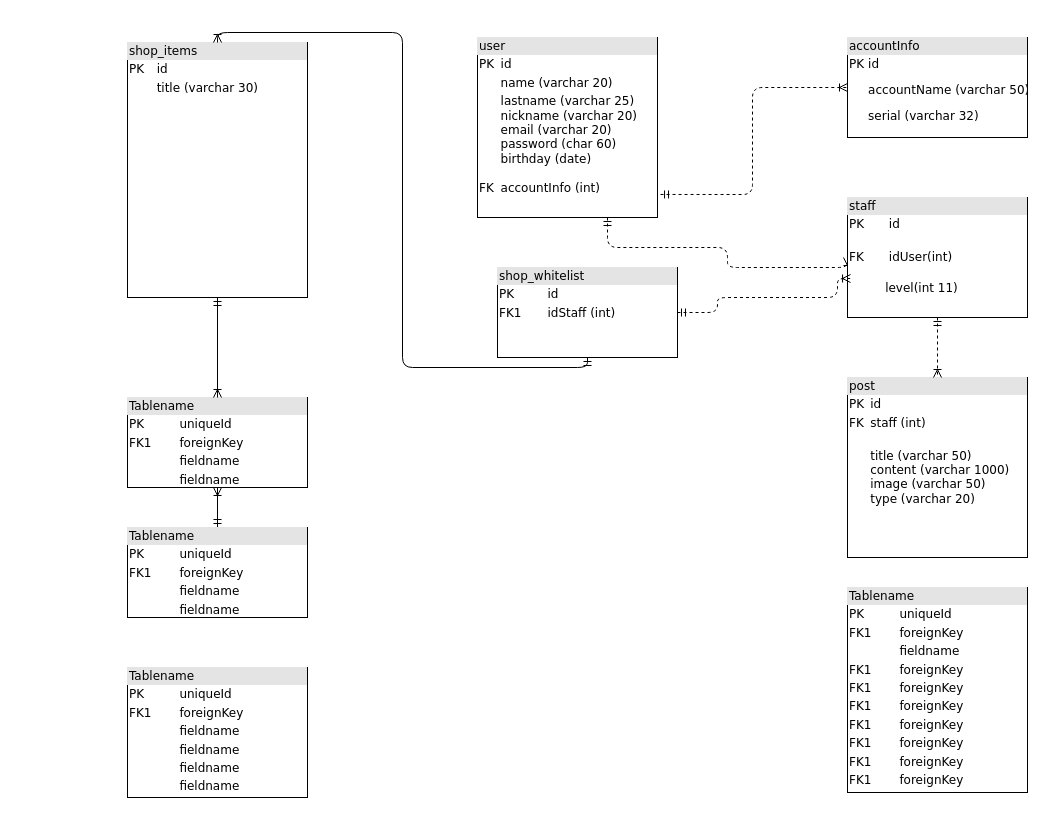
The draw.io diagram Diagramas/dbcif.drawio in Esteban528/diagramas, before the edit. Source tidied: cells renumbered, new cells numbered last; positions are measured from the earlier drawing's top-left corner, leaving out a move shared by most shapes. Both pictures are drawn from the tidied source at 100%, with x=0, y=0 at pixel (127, 37).
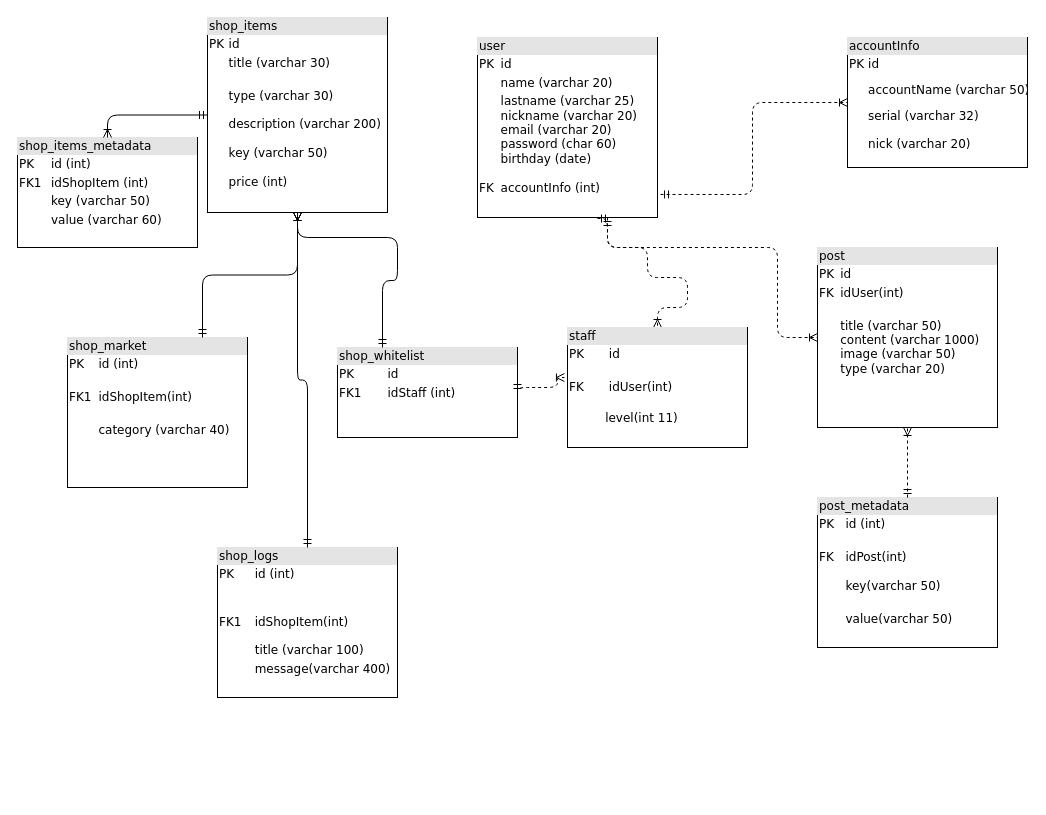
After the change.

The change refers to these unchanged cells:
```xml
<mxCell id="5" value="&lt;div style=&quot;box-sizing: border-box ; width: 100% ; background: #e4e4e4 ; padding: 2px&quot;&gt;user&lt;/div&gt;&lt;table style=&quot;width: 100% ; font-size: 1em&quot; cellpadding=&quot;2&quot; cellspacing=&quot;0&quot;&gt;&lt;tbody&gt;&lt;tr&gt;&lt;td&gt;PK&lt;/td&gt;&lt;td&gt;id&lt;/td&gt;&lt;/tr&gt;&lt;tr&gt;&lt;td&gt;&lt;br&gt;&lt;/td&gt;&lt;td&gt;name (varchar 20)&lt;/td&gt;&lt;/tr&gt;&lt;tr&gt;&lt;td&gt;&lt;br&gt;&lt;br&gt;&lt;br&gt;&lt;br&gt;&lt;br&gt;FK&lt;/td&gt;&lt;td&gt;lastname (varchar 25)&lt;br&gt;nickname (varchar 20)&lt;br&gt;email (varchar 20)&lt;br&gt;password (char 60)&lt;br&gt;birthday (date)&lt;br&gt;&lt;br&gt;accountInfo (int)&lt;br&gt;&lt;br&gt;&lt;/td&gt;&lt;/tr&gt;&lt;/tbody&gt;&lt;/table&gt;" style="verticalAlign=top;align=left;overflow=fill;html=1;rounded=0;shadow=0;comic=0;labelBackgroundColor=none;strokeWidth=1;fontFamily=Verdana;fontSize=12;" parent="1" vertex="1">
  <mxGeometry x="350" width="180" height="180" as="geometry" />
</mxCell>
```

Change to the diagram source:
```diff
@@
     <mxCell id="2" value="&lt;div style=&quot;box-sizing:border-box;width:100%;background:#e4e4e4;padding:2px;&quot;&gt;shop_whitelist&lt;/div&gt;&lt;table style=&quot;width:100%;font-size:1em;&quot; cellpadding=&quot;2&quot; cellspacing=&quot;0&quot;&gt;&lt;tbody&gt;&lt;tr&gt;&lt;td&gt;PK&lt;/td&gt;&lt;td&gt;id&lt;/td&gt;&lt;/tr&gt;&lt;tr&gt;&lt;td&gt;FK1&lt;/td&gt;&lt;td&gt;idStaff (int)&lt;/td&gt;&lt;/tr&gt;&lt;tr&gt;&lt;td&gt;&lt;/td&gt;&lt;td&gt;&lt;br&gt;&lt;/td&gt;&lt;/tr&gt;&lt;/tbody&gt;&lt;/table&gt;" style="verticalAlign=top;align=left;overflow=fill;html=1;rounded=0;shadow=0;comic=0;labelBackgroundColor=none;strokeWidth=1;fontFamily=Verdana;fontSize=12;" parent="1" vertex="1">
-      <mxGeometry x="370" y="230" width="180" height="90" as="geometry" />
+      <mxGeometry x="210" y="310" width="180" height="90" as="geometry" />
     </mxCell>
-    <mxCell id="3" style="edgeStyle=orthogonalEdgeStyle;html=1;dashed=1;labelBackgroundColor=none;startArrow=ERmandOne;endArrow=ERoneToMany;fontFamily=Verdana;fontSize=12;align=left;entryX=0;entryY=0.5;" parent="1" edge="1" source="5" target="14">
+    <mxCell id="3" style="edgeStyle=orthogonalEdgeStyle;html=1;dashed=1;labelBackgroundColor=none;startArrow=ERmandOne;endArrow=ERoneToMany;fontFamily=Verdana;fontSize=12;align=left;entryX=0.5;entryY=0;entryDx=0;entryDy=0;" parent="1" edge="1" source="5" target="14">
       <mxGeometry relative="1" as="geometry">
         <Array as="points">
           <mxPoint x="480" y="210" />
-          <mxPoint x="600" y="210" />
-          <mxPoint x="600" y="230" />
-          <mxPoint x="720" y="230" />
+          <mxPoint x="520" y="210" />
+          <mxPoint x="520" y="240" />
+          <mxPoint x="560" y="240" />
+          <mxPoint x="560" y="270" />
         </Array>
       </mxGeometry>
     </mxCell>
@@
-    <mxCell id="6" style="edgeStyle=orthogonalEdgeStyle;html=1;labelBackgroundColor=none;startArrow=ERmandOne;endArrow=ERoneToMany;fontFamily=Verdana;fontSize=12;align=left;" parent="1" edge="1" source="7" target="8">
-      <mxGeometry relative="1" as="geometry" />
-    </mxCell>
-    <mxCell id="7" value="&lt;div style=&quot;box-sizing: border-box ; width: 100% ; background: #e4e4e4 ; padding: 2px&quot;&gt;Tablename&lt;/div&gt;&lt;table style=&quot;width: 100% ; font-size: 1em&quot; cellpadding=&quot;2&quot; cellspacing=&quot;0&quot;&gt;&lt;tbody&gt;&lt;tr&gt;&lt;td&gt;PK&lt;/td&gt;&lt;td&gt;uniqueId&lt;/td&gt;&lt;/tr&gt;&lt;tr&gt;&lt;td&gt;FK1&lt;/td&gt;&lt;td&gt;foreignKey&lt;/td&gt;&lt;/tr&gt;&lt;tr&gt;&lt;td&gt;&lt;/td&gt;&lt;td&gt;fieldname&lt;/td&gt;&lt;/tr&gt;&lt;tr&gt;&lt;td&gt;&lt;br&gt;&lt;/td&gt;&lt;td&gt;fieldname&lt;br&gt;&lt;/td&gt;&lt;/tr&gt;&lt;/tbody&gt;&lt;/table&gt;" style="verticalAlign=top;align=left;overflow=fill;html=1;rounded=0;shadow=0;comic=0;labelBackgroundColor=none;strokeWidth=1;fontFamily=Verdana;fontSize=12;" parent="1" vertex="1">
-      <mxGeometry y="490" width="180" height="90" as="geometry" />
+    <mxCell id="7" value="&lt;div style=&quot;box-sizing: border-box ; width: 100% ; background: #e4e4e4 ; padding: 2px&quot;&gt;shop_market&lt;/div&gt;&lt;table style=&quot;width: 100% ; font-size: 1em&quot; cellpadding=&quot;2&quot; cellspacing=&quot;0&quot;&gt;&lt;tbody&gt;&lt;tr&gt;&lt;td&gt;PK&lt;/td&gt;&lt;td&gt;id (int)&lt;/td&gt;&lt;/tr&gt;&lt;tr&gt;&lt;td&gt;&lt;br&gt;FK1&lt;br&gt;&lt;br&gt;&lt;/td&gt;&lt;td&gt;idShopItem(int)&lt;/td&gt;&lt;/tr&gt;&lt;tr&gt;&lt;td&gt;&lt;br&gt;&lt;br&gt;&lt;/td&gt;&lt;td&gt;category (varchar 40)&lt;br&gt;&lt;br&gt;&lt;br&gt;&lt;br&gt;&lt;br&gt;&lt;/td&gt;&lt;/tr&gt;&lt;tr&gt;&lt;td&gt;&lt;br&gt;&lt;/td&gt;&lt;td&gt;&lt;br&gt;&lt;/td&gt;&lt;/tr&gt;&lt;/tbody&gt;&lt;/table&gt;" style="verticalAlign=top;align=left;overflow=fill;html=1;rounded=0;shadow=0;comic=0;labelBackgroundColor=none;strokeWidth=1;fontFamily=Verdana;fontSize=12;" parent="1" vertex="1">
+      <mxGeometry x="-60" y="300" width="180" height="150" as="geometry" />
     </mxCell>
-    <mxCell id="8" value="&lt;div style=&quot;box-sizing: border-box ; width: 100% ; background: #e4e4e4 ; padding: 2px&quot;&gt;Tablename&lt;/div&gt;&lt;table style=&quot;width: 100% ; font-size: 1em&quot; cellpadding=&quot;2&quot; cellspacing=&quot;0&quot;&gt;&lt;tbody&gt;&lt;tr&gt;&lt;td&gt;PK&lt;/td&gt;&lt;td&gt;uniqueId&lt;/td&gt;&lt;/tr&gt;&lt;tr&gt;&lt;td&gt;FK1&lt;/td&gt;&lt;td&gt;foreignKey&lt;/td&gt;&lt;/tr&gt;&lt;tr&gt;&lt;td&gt;&lt;/td&gt;&lt;td&gt;fieldname&lt;/td&gt;&lt;/tr&gt;&lt;tr&gt;&lt;td&gt;&lt;br&gt;&lt;/td&gt;&lt;td&gt;fieldname&lt;br&gt;&lt;/td&gt;&lt;/tr&gt;&lt;/tbody&gt;&lt;/table&gt;" style="verticalAlign=top;align=left;overflow=fill;html=1;rounded=0;shadow=0;comic=0;labelBackgroundColor=none;strokeWidth=1;fontFamily=Verdana;fontSize=12;" parent="1" vertex="1">
-      <mxGeometry y="360" width="180" height="90" as="geometry" />
+    <mxCell id="8" value="&lt;div style=&quot;box-sizing: border-box ; width: 100% ; background: #e4e4e4 ; padding: 2px&quot;&gt;shop_items_metadata&lt;/div&gt;&lt;table style=&quot;width: 100% ; font-size: 1em&quot; cellpadding=&quot;2&quot; cellspacing=&quot;0&quot;&gt;&lt;tbody&gt;&lt;tr&gt;&lt;td&gt;PK&lt;/td&gt;&lt;td&gt;id (int)&lt;/td&gt;&lt;/tr&gt;&lt;tr&gt;&lt;td&gt;FK1&lt;/td&gt;&lt;td&gt;idShopItem (int)&lt;/td&gt;&lt;/tr&gt;&lt;tr&gt;&lt;td&gt;&lt;/td&gt;&lt;td&gt;key (varchar 50)&lt;/td&gt;&lt;/tr&gt;&lt;tr&gt;&lt;td&gt;&lt;br&gt;&lt;/td&gt;&lt;td&gt;value (varchar 60)&amp;nbsp;&amp;nbsp;&lt;br&gt;&lt;/td&gt;&lt;/tr&gt;&lt;/tbody&gt;&lt;/table&gt;" style="verticalAlign=top;align=left;overflow=fill;html=1;rounded=0;shadow=0;comic=0;labelBackgroundColor=none;strokeWidth=1;fontFamily=Verdana;fontSize=12;" parent="1" vertex="1">
+      <mxGeometry x="-110" y="100" width="180" height="110" as="geometry" />
     </mxCell>
@@
-    <mxCell id="10" value="&lt;div style=&quot;box-sizing:border-box;width:100%;background:#e4e4e4;padding:2px;&quot;&gt;shop_items&lt;/div&gt;&lt;table style=&quot;width:100%;font-size:1em;&quot; cellpadding=&quot;2&quot; cellspacing=&quot;0&quot;&gt;&lt;tbody&gt;&lt;tr&gt;&lt;td&gt;PK&lt;/td&gt;&lt;td&gt;id&lt;/td&gt;&lt;/tr&gt;&lt;tr&gt;&lt;td&gt;&lt;br&gt;&lt;/td&gt;&lt;td&gt;title (varchar 30)&lt;/td&gt;&lt;/tr&gt;&lt;tr&gt;&lt;td&gt;&lt;/td&gt;&lt;td&gt;&lt;br&gt;&lt;/td&gt;&lt;/tr&gt;&lt;/tbody&gt;&lt;/table&gt;" style="verticalAlign=top;align=left;overflow=fill;html=1;rounded=0;shadow=0;comic=0;labelBackgroundColor=none;strokeWidth=1;fontFamily=Verdana;fontSize=12;" parent="1" vertex="1">
-      <mxGeometry y="5" width="180" height="255" as="geometry" />
+    <mxCell id="10" value="&lt;div style=&quot;box-sizing:border-box;width:100%;background:#e4e4e4;padding:2px;&quot;&gt;shop_items&lt;/div&gt;&lt;table style=&quot;width:100%;font-size:1em;&quot; cellpadding=&quot;2&quot; cellspacing=&quot;0&quot;&gt;&lt;tbody&gt;&lt;tr&gt;&lt;td&gt;PK&lt;/td&gt;&lt;td&gt;id&lt;/td&gt;&lt;/tr&gt;&lt;tr&gt;&lt;td&gt;&lt;br&gt;&lt;/td&gt;&lt;td&gt;title (varchar 30)&lt;/td&gt;&lt;/tr&gt;&lt;tr&gt;&lt;td&gt;&lt;/td&gt;&lt;td&gt;&lt;br&gt;type (varchar 30)&lt;br&gt;&lt;br&gt;description (varchar 200)&lt;br&gt;&lt;br&gt;key (varchar 50)&lt;br&gt;&lt;br&gt;price (int)&lt;/td&gt;&lt;/tr&gt;&lt;/tbody&gt;&lt;/table&gt;" style="verticalAlign=top;align=left;overflow=fill;html=1;rounded=0;shadow=0;comic=0;labelBackgroundColor=none;strokeWidth=1;fontFamily=Verdana;fontSize=12;" parent="1" vertex="1">
+      <mxGeometry x="80" y="-20" width="180" height="195" as="geometry" />
     </mxCell>
-    <mxCell id="11" value="&lt;div style=&quot;box-sizing: border-box ; width: 100% ; background: #e4e4e4 ; padding: 2px&quot;&gt;Tablename&lt;/div&gt;&lt;table style=&quot;width: 100% ; font-size: 1em&quot; cellpadding=&quot;2&quot; cellspacing=&quot;0&quot;&gt;&lt;tbody&gt;&lt;tr&gt;&lt;td&gt;PK&lt;/td&gt;&lt;td&gt;uniqueId&lt;/td&gt;&lt;/tr&gt;&lt;tr&gt;&lt;td&gt;FK1&lt;/td&gt;&lt;td&gt;foreignKey&lt;/td&gt;&lt;/tr&gt;&lt;tr&gt;&lt;td&gt;&lt;/td&gt;&lt;td&gt;fieldname&lt;/td&gt;&lt;/tr&gt;&lt;tr&gt;&lt;td&gt;FK1&lt;br&gt;&lt;/td&gt;&lt;td&gt;foreignKey&lt;br&gt;&lt;/td&gt;&lt;/tr&gt;&lt;tr&gt;&lt;td&gt;FK1&lt;br&gt;&lt;/td&gt;&lt;td&gt;foreignKey&lt;br&gt;&lt;/td&gt;&lt;/tr&gt;&lt;tr&gt;&lt;td&gt;FK1&lt;br&gt;&lt;/td&gt;&lt;td&gt;foreignKey&lt;br&gt;&lt;/td&gt;&lt;/tr&gt;&lt;tr&gt;&lt;td&gt;FK1&lt;br&gt;&lt;/td&gt;&lt;td&gt;foreignKey&lt;br&gt;&lt;/td&gt;&lt;/tr&gt;&lt;tr&gt;&lt;td&gt;FK1&lt;br&gt;&lt;/td&gt;&lt;td&gt;foreignKey&lt;br&gt;&lt;/td&gt;&lt;/tr&gt;&lt;tr&gt;&lt;td&gt;FK1&lt;br&gt;&lt;/td&gt;&lt;td&gt;foreignKey&lt;br&gt;&lt;/td&gt;&lt;/tr&gt;&lt;tr&gt;&lt;td&gt;FK1&lt;br&gt;&lt;/td&gt;&lt;td&gt;foreignKey&lt;br&gt;&lt;/td&gt;&lt;/tr&gt;&lt;/tbody&gt;&lt;/table&gt;" style="verticalAlign=top;align=left;overflow=fill;html=1;rounded=0;shadow=0;comic=0;labelBackgroundColor=none;strokeWidth=1;fontFamily=Verdana;fontSize=12;" parent="1" vertex="1">
-      <mxGeometry x="720" y="550" width="180" height="205" as="geometry" />
+    <mxCell id="11" value="&lt;div style=&quot;box-sizing: border-box ; width: 100% ; background: #e4e4e4 ; padding: 2px&quot;&gt;post_metadata&lt;/div&gt;&lt;table style=&quot;width: 100% ; font-size: 1em&quot; cellpadding=&quot;2&quot; cellspacing=&quot;0&quot;&gt;&lt;tbody&gt;&lt;tr&gt;&lt;td&gt;PK&lt;/td&gt;&lt;td&gt;id (int)&lt;/td&gt;&lt;/tr&gt;&lt;tr&gt;&lt;td&gt;FK&lt;br&gt;&lt;br&gt;&lt;/td&gt;&lt;td&gt;&lt;br&gt;idPost(int)&lt;br&gt;&lt;br&gt;key(varchar 50)&lt;/td&gt;&lt;/tr&gt;&lt;tr&gt;&lt;td&gt;&lt;/td&gt;&lt;td&gt;&lt;br&gt;value(varchar 50)&lt;/td&gt;&lt;/tr&gt;&lt;tr&gt;&lt;td&gt;&lt;/td&gt;&lt;td&gt;&lt;br&gt;&lt;/td&gt;&lt;/tr&gt;&lt;tr&gt;&lt;td&gt;&lt;/td&gt;&lt;td&gt;&lt;br&gt;&lt;/td&gt;&lt;/tr&gt;&lt;/tbody&gt;&lt;/table&gt;" style="verticalAlign=top;align=left;overflow=fill;html=1;rounded=0;shadow=0;comic=0;labelBackgroundColor=none;strokeWidth=1;fontFamily=Verdana;fontSize=12;" parent="1" vertex="1">
+      <mxGeometry x="690" y="460" width="180" height="150" as="geometry" />
     </mxCell>
-    <mxCell id="12" value="&lt;div style=&quot;box-sizing:border-box;width:100%;background:#e4e4e4;padding:2px;&quot;&gt;post&lt;/div&gt;&lt;table style=&quot;width:100%;font-size:1em;&quot; cellpadding=&quot;2&quot; cellspacing=&quot;0&quot;&gt;&lt;tbody&gt;&lt;tr&gt;&lt;td&gt;PK&lt;/td&gt;&lt;td&gt;id&lt;/td&gt;&lt;/tr&gt;&lt;tr&gt;&lt;td&gt;FK&lt;/td&gt;&lt;td&gt;staff (int)&lt;/td&gt;&lt;/tr&gt;&lt;tr&gt;&lt;td&gt;&lt;/td&gt;&lt;td&gt;&lt;br&gt;title (varchar 50)&lt;br&gt;content (varchar 1000)&lt;br&gt;image (varchar 50)&lt;br&gt;type (varchar 20)&lt;br&gt;&lt;br&gt;&lt;br&gt;&lt;br&gt;&lt;br&gt;&lt;/td&gt;&lt;/tr&gt;&lt;/tbody&gt;&lt;/table&gt;" style="verticalAlign=top;align=left;overflow=fill;html=1;rounded=0;shadow=0;comic=0;labelBackgroundColor=none;strokeWidth=1;fontFamily=Verdana;fontSize=12;" parent="1" vertex="1">
-      <mxGeometry x="720" y="340" width="180" height="180" as="geometry" />
+    <mxCell id="12" value="&lt;div style=&quot;box-sizing:border-box;width:100%;background:#e4e4e4;padding:2px;&quot;&gt;post&lt;/div&gt;&lt;table style=&quot;width:100%;font-size:1em;&quot; cellpadding=&quot;2&quot; cellspacing=&quot;0&quot;&gt;&lt;tbody&gt;&lt;tr&gt;&lt;td&gt;PK&lt;/td&gt;&lt;td&gt;id&lt;/td&gt;&lt;/tr&gt;&lt;tr&gt;&lt;td&gt;FK&lt;/td&gt;&lt;td&gt;idUser(int)&lt;/td&gt;&lt;/tr&gt;&lt;tr&gt;&lt;td&gt;&lt;/td&gt;&lt;td&gt;&lt;br&gt;title (varchar 50)&lt;br&gt;content (varchar 1000)&lt;br&gt;image (varchar 50)&lt;br&gt;type (varchar 20)&lt;br&gt;&lt;br&gt;&lt;br&gt;&lt;br&gt;&lt;br&gt;&lt;/td&gt;&lt;/tr&gt;&lt;/tbody&gt;&lt;/table&gt;" style="verticalAlign=top;align=left;overflow=fill;html=1;rounded=0;shadow=0;comic=0;labelBackgroundColor=none;strokeWidth=1;fontFamily=Verdana;fontSize=12;" parent="1" vertex="1">
+      <mxGeometry x="690" y="210" width="180" height="180" as="geometry" />
     </mxCell>
-    <mxCell id="13" style="edgeStyle=orthogonalEdgeStyle;html=1;entryX=0.5;entryY=0;dashed=1;labelBackgroundColor=none;startArrow=ERmandOne;endArrow=ERoneToMany;fontFamily=Verdana;fontSize=12;align=left;" parent="1" edge="1" source="14" target="12">
-      <mxGeometry relative="1" as="geometry" />
+    <mxCell id="13" style="edgeStyle=orthogonalEdgeStyle;html=1;entryX=0;entryY=0.5;dashed=1;labelBackgroundColor=none;startArrow=ERmandOne;endArrow=ERoneToMany;fontFamily=Verdana;fontSize=12;align=left;entryDx=0;entryDy=0;" parent="1" edge="1" target="12">
+      <mxGeometry relative="1" as="geometry">
+        <mxPoint x="470" y="181" as="sourcePoint" />
+        <Array as="points">
+          <mxPoint x="480" y="181" />
+          <mxPoint x="480" y="210" />
+          <mxPoint x="650" y="210" />
+          <mxPoint x="650" y="300" />
+        </Array>
+      </mxGeometry>
     </mxCell>
     <mxCell id="14" value="&lt;div style=&quot;box-sizing: border-box ; width: 100% ; background: #e4e4e4 ; padding: 2px&quot;&gt;staff&lt;/div&gt;&lt;table style=&quot;width: 100% ; font-size: 1em&quot; cellpadding=&quot;2&quot; cellspacing=&quot;0&quot;&gt;&lt;tbody&gt;&lt;tr&gt;&lt;td&gt;PK&lt;/td&gt;&lt;td&gt;id&lt;/td&gt;&lt;/tr&gt;&lt;tr&gt;&lt;td&gt;FK&lt;/td&gt;&lt;td&gt;&lt;br&gt;idUser(int)&lt;br&gt;&lt;br&gt;&lt;/td&gt;&lt;/tr&gt;&lt;/tbody&gt;&lt;/table&gt;&lt;span style=&quot;white-space: pre;&quot;&gt;&#9;&lt;/span&gt;&amp;nbsp; level(int 11)&lt;br&gt;&lt;br&gt;&lt;span style=&quot;white-space: pre;&quot;&gt;&#9;&lt;/span&gt;&lt;span style=&quot;white-space: pre;&quot;&gt;&#9;&lt;/span&gt;" style="verticalAlign=top;align=left;overflow=fill;html=1;rounded=0;shadow=0;comic=0;labelBackgroundColor=none;strokeWidth=1;fontFamily=Verdana;fontSize=12;" parent="1" vertex="1">
-      <mxGeometry x="720" y="160" width="180" height="120" as="geometry" />
+      <mxGeometry x="440" y="290" width="180" height="120" as="geometry" />
     </mxCell>
-    <mxCell id="15" value="&lt;div style=&quot;box-sizing:border-box;width:100%;background:#e4e4e4;padding:2px;&quot;&gt;accountInfo&lt;/div&gt;&lt;table style=&quot;width:100%;font-size:1em;&quot; cellpadding=&quot;2&quot; cellspacing=&quot;0&quot;&gt;&lt;tbody&gt;&lt;tr&gt;&lt;td&gt;PK&lt;/td&gt;&lt;td&gt;id&lt;/td&gt;&lt;/tr&gt;&lt;tr&gt;&lt;td&gt;&lt;br&gt;&lt;br&gt;&lt;/td&gt;&lt;td&gt;accountName (varchar 50)&lt;/td&gt;&lt;/tr&gt;&lt;tr&gt;&lt;td&gt;&lt;/td&gt;&lt;td&gt;serial (varchar 32)&lt;br&gt;&lt;br&gt;&lt;/td&gt;&lt;/tr&gt;&lt;/tbody&gt;&lt;/table&gt;" style="verticalAlign=top;align=left;overflow=fill;html=1;rounded=0;shadow=0;comic=0;labelBackgroundColor=none;strokeWidth=1;fontFamily=Verdana;fontSize=12;" parent="1" vertex="1">
-      <mxGeometry x="720" width="180" height="100" as="geometry" />
+    <mxCell id="15" value="&lt;div style=&quot;box-sizing:border-box;width:100%;background:#e4e4e4;padding:2px;&quot;&gt;accountInfo&lt;/div&gt;&lt;table style=&quot;width:100%;font-size:1em;&quot; cellpadding=&quot;2&quot; cellspacing=&quot;0&quot;&gt;&lt;tbody&gt;&lt;tr&gt;&lt;td&gt;PK&lt;/td&gt;&lt;td&gt;id&lt;/td&gt;&lt;/tr&gt;&lt;tr&gt;&lt;td&gt;&lt;br&gt;&lt;br&gt;&lt;/td&gt;&lt;td&gt;accountName (varchar 50)&lt;/td&gt;&lt;/tr&gt;&lt;tr&gt;&lt;td&gt;&lt;/td&gt;&lt;td&gt;serial (varchar 32)&lt;br&gt;&lt;br&gt;nick (varchar 20)&lt;br&gt;&lt;br&gt;&lt;/td&gt;&lt;/tr&gt;&lt;/tbody&gt;&lt;/table&gt;" style="verticalAlign=top;align=left;overflow=fill;html=1;rounded=0;shadow=0;comic=0;labelBackgroundColor=none;strokeWidth=1;fontFamily=Verdana;fontSize=12;" parent="1" vertex="1">
+      <mxGeometry x="720" width="180" height="130" as="geometry" />
     </mxCell>
-    <mxCell id="16" value="&lt;div style=&quot;box-sizing: border-box ; width: 100% ; background: #e4e4e4 ; padding: 2px&quot;&gt;Tablename&lt;/div&gt;&lt;table style=&quot;width: 100% ; font-size: 1em&quot; cellpadding=&quot;2&quot; cellspacing=&quot;0&quot;&gt;&lt;tbody&gt;&lt;tr&gt;&lt;td&gt;PK&lt;/td&gt;&lt;td&gt;uniqueId&lt;/td&gt;&lt;/tr&gt;&lt;tr&gt;&lt;td&gt;FK1&lt;/td&gt;&lt;td&gt;foreignKey&lt;/td&gt;&lt;/tr&gt;&lt;tr&gt;&lt;td&gt;&lt;/td&gt;&lt;td&gt;fieldname&lt;/td&gt;&lt;/tr&gt;&lt;tr&gt;&lt;td&gt;&lt;br&gt;&lt;/td&gt;&lt;td&gt;fieldname&lt;br&gt;&lt;/td&gt;&lt;/tr&gt;&lt;tr&gt;&lt;td&gt;&lt;br&gt;&lt;/td&gt;&lt;td&gt;fieldname&lt;br&gt;&lt;/td&gt;&lt;/tr&gt;&lt;tr&gt;&lt;td&gt;&lt;br&gt;&lt;/td&gt;&lt;td&gt;fieldname&lt;br&gt;&lt;/td&gt;&lt;/tr&gt;&lt;/tbody&gt;&lt;/table&gt;" style="verticalAlign=top;align=left;overflow=fill;html=1;rounded=0;shadow=0;comic=0;labelBackgroundColor=none;strokeWidth=1;fontFamily=Verdana;fontSize=12;" parent="1" vertex="1">
-      <mxGeometry y="630" width="180" height="130" as="geometry" />
-    </mxCell>
-    <mxCell id="17" style="edgeStyle=orthogonalEdgeStyle;html=1;endArrow=ERoneToMany;startArrow=ERmandOne;labelBackgroundColor=none;fontFamily=Verdana;fontSize=12;align=left;exitX=0.5;exitY=1;entryX=0.5;entryY=0;" parent="1" edge="1" source="2" target="10">
-      <mxGeometry relative="1" as="geometry" />
+    <mxCell id="17" style="edgeStyle=orthogonalEdgeStyle;html=1;endArrow=ERoneToMany;startArrow=ERmandOne;labelBackgroundColor=none;fontFamily=Verdana;fontSize=12;align=left;exitX=0.25;exitY=0;exitDx=0;exitDy=0;entryX=0.5;entryY=1;entryDx=0;entryDy=0;" parent="1" edge="1" source="2" target="10">
+      <mxGeometry relative="1" as="geometry">
+        <Array as="points">
+          <mxPoint x="255" y="243" />
+          <mxPoint x="270" y="243" />
+          <mxPoint x="270" y="200" />
+          <mxPoint x="170" y="200" />
+        </Array>
+      </mxGeometry>
     </mxCell>
-    <mxCell id="18" style="edgeStyle=orthogonalEdgeStyle;html=1;dashed=1;labelBackgroundColor=none;startArrow=ERmandOne;endArrow=ERoneToMany;fontFamily=Verdana;fontSize=12;align=left;entryX=0.017;entryY=0.675;entryDx=0;entryDy=0;entryPerimeter=0;exitX=1;exitY=0.5;exitDx=0;exitDy=0;" parent="1" edge="1" source="2" target="14">
+    <mxCell id="18" style="edgeStyle=orthogonalEdgeStyle;html=1;dashed=1;labelBackgroundColor=none;startArrow=ERmandOne;endArrow=ERoneToMany;fontFamily=Verdana;fontSize=12;align=left;entryX=-0.017;entryY=0.417;entryDx=0;entryDy=0;entryPerimeter=0;exitX=1;exitY=0.5;exitDx=0;exitDy=0;" parent="1" edge="1" source="2" target="14">
       <mxGeometry relative="1" as="geometry">
         <Array as="points">
-          <mxPoint x="590" y="275" />
-          <mxPoint x="590" y="260" />
-          <mxPoint x="710" y="260" />
-          <mxPoint x="710" y="241" />
+          <mxPoint x="390" y="350" />
+          <mxPoint x="430" y="350" />
+          <mxPoint x="430" y="340" />
         </Array>
       </mxGeometry>
     </mxCell>
+    <mxCell id="19" style="edgeStyle=orthogonalEdgeStyle;html=1;dashed=1;labelBackgroundColor=none;startArrow=ERmandOne;endArrow=ERoneToMany;fontFamily=Verdana;fontSize=12;align=left;exitX=0.5;exitY=0;exitDx=0;exitDy=0;entryX=0.5;entryY=1;entryDx=0;entryDy=0;" parent="1" edge="1" source="11" target="12">
+      <mxGeometry relative="1" as="geometry" />
+    </mxCell>
+    <mxCell id="20" style="edgeStyle=orthogonalEdgeStyle;html=1;endArrow=ERoneToMany;startArrow=ERmandOne;labelBackgroundColor=none;fontFamily=Verdana;fontSize=12;align=left;exitX=0.75;exitY=0;entryX=0.5;entryY=1;exitDx=0;exitDy=0;entryDx=0;entryDy=0;" parent="1" edge="1" source="7" target="10">
+      <mxGeometry relative="1" as="geometry" />
+    </mxCell>
+    <mxCell id="21" value="&lt;div style=&quot;box-sizing: border-box ; width: 100% ; background: #e4e4e4 ; padding: 2px&quot;&gt;shop_logs&lt;/div&gt;&lt;table style=&quot;width: 100% ; font-size: 1em&quot; cellpadding=&quot;2&quot; cellspacing=&quot;0&quot;&gt;&lt;tbody&gt;&lt;tr&gt;&lt;td&gt;PK&lt;/td&gt;&lt;td&gt;id (int)&lt;/td&gt;&lt;/tr&gt;&lt;tr&gt;&lt;td&gt;&lt;br&gt;FK1&lt;br&gt;&lt;br&gt;&lt;/td&gt;&lt;td&gt;&lt;br&gt;&lt;br&gt;idShopItem(int)&lt;br&gt;&lt;br&gt;title (varchar 100)&lt;/td&gt;&lt;/tr&gt;&lt;tr&gt;&lt;td&gt;&lt;span style=&quot;white-space: pre;&quot;&gt;&#9;&lt;/span&gt;&lt;br&gt;&lt;br&gt;&lt;/td&gt;&lt;td&gt;message(varchar 400)&lt;br&gt;&lt;br&gt;&lt;br&gt;&lt;br&gt;&lt;br&gt;&lt;/td&gt;&lt;/tr&gt;&lt;tr&gt;&lt;td&gt;&lt;br&gt;&lt;/td&gt;&lt;td&gt;&lt;br&gt;&lt;/td&gt;&lt;/tr&gt;&lt;/tbody&gt;&lt;/table&gt;" style="verticalAlign=top;align=left;overflow=fill;html=1;rounded=0;shadow=0;comic=0;labelBackgroundColor=none;strokeWidth=1;fontFamily=Verdana;fontSize=12;" parent="1" vertex="1">
+      <mxGeometry x="90" y="510" width="180" height="150" as="geometry" />
+    </mxCell>
+    <mxCell id="22" style="edgeStyle=orthogonalEdgeStyle;html=1;endArrow=ERoneToMany;startArrow=ERmandOne;labelBackgroundColor=none;fontFamily=Verdana;fontSize=12;align=left;exitX=0.5;exitY=0;exitDx=0;exitDy=0;" parent="1" edge="1" source="21" target="10">
+      <mxGeometry relative="1" as="geometry" />
+    </mxCell>
```
